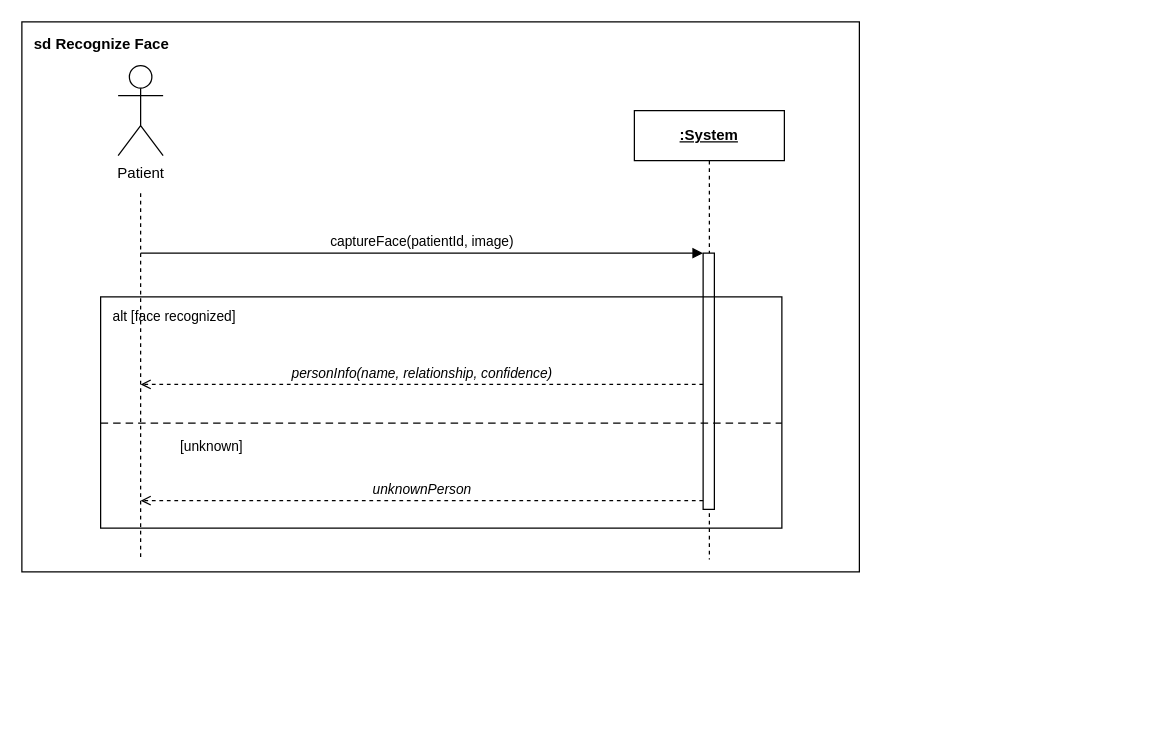
The draw.io diagram docs/diagrams/ssd-recognize-face.drawio.xml in Iraj-Shahzad/memoracare-, before the edit. Source tidied: cells renumbered, new cells numbered last; positions are measured from the earlier drawing's top-left corner, leaving out a move shared by most shapes. Both pictures are drawn from the tidied source at 125%, with x=0, y=0 at pixel (21, 21).
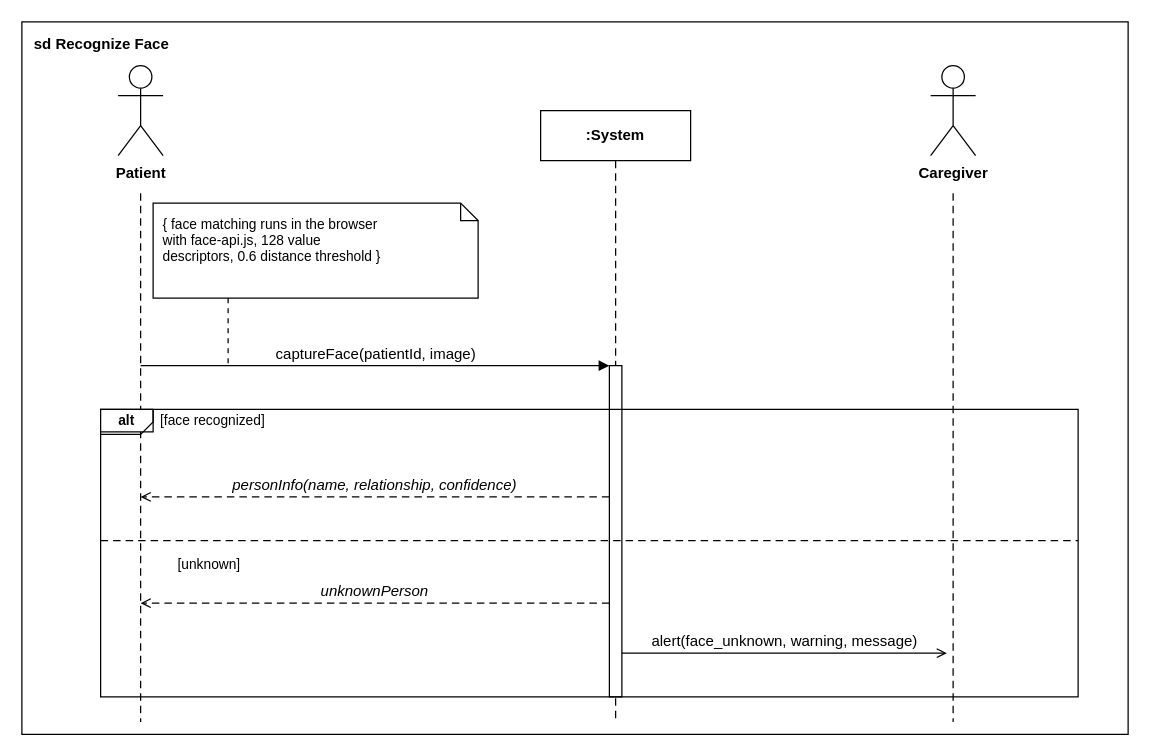
After the change.

What changed in the source:
```diff
@@
-    <mxCell id="2" value="sd  Recognize Face" style="rounded=0;whiteSpace=wrap;html=1;verticalAlign=top;align=left;spacingLeft=8;spacingTop=4;fontStyle=1;" parent="1" vertex="1">
-      <mxGeometry width="670" height="440" as="geometry" />
+    <mxCell id="2" value="sd  Recognize Face" style="rounded=0;whiteSpace=wrap;html=1;verticalAlign=top;align=left;spacingLeft=8;spacingTop=4;fontStyle=1;fillColor=none;strokeColor=#000000;" parent="1" vertex="1">
+      <mxGeometry width="885" height="570" as="geometry" />
     </mxCell>
+    <mxCell id="4" style="endArrow=none;dashed=1;dashPattern=6 4;html=1;strokeColor=#000000;" parent="1" edge="1">
+      <mxGeometry relative="1" as="geometry">
+        <mxPoint x="95" y="137" as="sourcePoint" />
+        <mxPoint x="95" y="560" as="targetPoint" />
+      </mxGeometry>
+    </mxCell>
+    <mxCell id="6" style="endArrow=none;dashed=1;dashPattern=6 4;html=1;strokeColor=#000000;" parent="1" edge="1">
+      <mxGeometry relative="1" as="geometry">
+        <mxPoint x="475" y="111" as="sourcePoint" />
+        <mxPoint x="475" y="560" as="targetPoint" />
+      </mxGeometry>
+    </mxCell>
+    <mxCell id="14" style="endArrow=none;dashed=1;dashPattern=6 4;html=1;strokeColor=#000000;" parent="1" edge="1">
+      <mxGeometry relative="1" as="geometry">
+        <mxPoint x="745" y="137" as="sourcePoint" />
+        <mxPoint x="745" y="560" as="targetPoint" />
+      </mxGeometry>
+    </mxCell>
-    <mxCell id="3" value="Patient" style="shape=umlActor;verticalLabelPosition=bottom;verticalAlign=top;html=1;" parent="1" vertex="1">
+    <mxCell id="3" value="Patient" style="shape=umlActor;verticalLabelPosition=bottom;verticalAlign=top;html=1;fillColor=#ffffff;strokeColor=#000000;fontStyle=1;" parent="1" vertex="1">
       <mxGeometry x="77" y="35" width="36" height="72" as="geometry" />
     </mxCell>
-    <mxCell id="4" style="endArrow=none;dashed=1;html=1;" parent="1" edge="1">
-      <mxGeometry relative="1" as="geometry">
-        <mxPoint x="95" y="137" as="sourcePoint" />
-        <mxPoint x="95" y="430" as="targetPoint" />
-      </mxGeometry>
-    </mxCell>
-    <mxCell id="5" value=":System" style="rounded=0;whiteSpace=wrap;html=1;fontStyle=5;" parent="1" vertex="1">
-      <mxGeometry x="490" y="71" width="120" height="40" as="geometry" />
+    <mxCell id="5" value=":System" style="rounded=0;whiteSpace=wrap;html=1;fontStyle=1;fillColor=#ffffff;strokeColor=#000000;" parent="1" vertex="1">
+      <mxGeometry x="415" y="71" width="120" height="40" as="geometry" />
     </mxCell>
-    <mxCell id="6" style="endArrow=none;dashed=1;html=1;" parent="1" edge="1">
-      <mxGeometry relative="1" as="geometry">
-        <mxPoint x="550" y="111" as="sourcePoint" />
-        <mxPoint x="550" y="430" as="targetPoint" />
-      </mxGeometry>
-    </mxCell>
-    <mxCell id="7" value="captureFace(patientId, image)" style="html=1;endArrow=block;fillColor=#000000;align=center;verticalAlign=bottom;" parent="1" edge="1">
-      <mxGeometry relative="1" as="geometry">
-        <mxPoint x="95" y="185" as="sourcePoint" />
-        <mxPoint x="545" y="185" as="targetPoint" />
-      </mxGeometry>
-    </mxCell>
+    <mxCell id="15" value="Caregiver" style="shape=umlActor;verticalLabelPosition=bottom;verticalAlign=top;html=1;fillColor=#ffffff;strokeColor=#000000;fontStyle=1;" parent="1" vertex="1">
+      <mxGeometry x="727" y="35" width="36" height="72" as="geometry" />
+    </mxCell>
+    <mxCell id="16" value="{ face matching runs in the browser&lt;br&gt;with face-api.js, 128 value&lt;br&gt;descriptors, 0.6 distance threshold }" style="shape=note;size=14;whiteSpace=wrap;html=1;fillColor=#ffffff;strokeColor=#000000;align=left;verticalAlign=top;spacingLeft=6;spacingTop=4;fontSize=11;" parent="1" vertex="1">
+      <mxGeometry x="105" y="145" width="260" height="76" as="geometry" />
+    </mxCell>
+    <mxCell id="17" style="endArrow=none;dashed=1;dashPattern=4 4;html=1;strokeColor=#000000;" parent="1" edge="1">
+      <mxGeometry relative="1" as="geometry">
+        <mxPoint x="165" y="221" as="sourcePoint" />
+        <mxPoint x="165" y="275" as="targetPoint" />
+      </mxGeometry>
+    </mxCell>
-    <mxCell id="8" style="rounded=0;whiteSpace=wrap;html=1;fillColor=#ffffff;" parent="1" vertex="1">
-      <mxGeometry x="545" y="185" width="9" height="205" as="geometry" />
+    <mxCell id="8" style="rounded=0;whiteSpace=wrap;html=1;fillColor=#ffffff;strokeColor=#000000;" parent="1" vertex="1">
+      <mxGeometry x="470" y="275" width="10" height="265" as="geometry" />
     </mxCell>
-    <mxCell id="9" value="alt  [face recognized]" style="rounded=0;whiteSpace=wrap;html=1;verticalAlign=top;align=left;spacingLeft=8;spacingTop=3;fontSize=11;fillColor=none;" parent="1" vertex="1">
-      <mxGeometry x="63" y="220" width="545" height="185" as="geometry" />
+    <mxCell id="9" style="rounded=0;whiteSpace=wrap;html=1;fillColor=none;strokeColor=#000000;" parent="1" vertex="1">
+      <mxGeometry x="63" y="310" width="782" height="230" as="geometry" />
     </mxCell>
-    <mxCell id="10" value="personInfo(name, relationship, confidence)" style="html=1;endArrow=open;dashed=1;align=center;verticalAlign=bottom;fontStyle=2;" parent="1" edge="1">
-      <mxGeometry relative="1" as="geometry">
-        <mxPoint x="545" y="290" as="sourcePoint" />
-        <mxPoint x="95" y="290" as="targetPoint" />
-      </mxGeometry>
-    </mxCell>
+    <mxCell id="18" value="alt" style="shape=mxgraph.sysml.package;html=1;whiteSpace=wrap;fillColor=#ffffff;strokeColor=#000000;fontSize=11;fontStyle=1;align=center;verticalAlign=middle;" parent="1" vertex="1">
+      <mxGeometry x="63" y="310" width="42" height="18" as="geometry" />
+    </mxCell>
+    <mxCell id="19" value="[face recognized]" style="text;html=1;strokeColor=none;fillColor=none;align=left;verticalAlign=middle;fontSize=11;" parent="1" vertex="1">
+      <mxGeometry x="109" y="310" width="200" height="18" as="geometry" />
+    </mxCell>
-    <mxCell id="11" style="endArrow=none;dashed=1;html=1;dashPattern=6 4;" parent="1" edge="1">
+    <mxCell id="11" style="endArrow=none;dashed=1;dashPattern=6 4;html=1;strokeColor=#000000;" parent="1" edge="1">
       <mxGeometry relative="1" as="geometry">
-        <mxPoint x="63" y="321" as="sourcePoint" />
-        <mxPoint x="608" y="321" as="targetPoint" />
+        <mxPoint x="63" y="415" as="sourcePoint" />
+        <mxPoint x="845" y="415" as="targetPoint" />
       </mxGeometry>
     </mxCell>
-    <mxCell id="12" value="[unknown]" style="text;html=1;align=left;verticalAlign=top;fontSize=11;" parent="1" vertex="1">
-      <mxGeometry x="125" y="327" width="120" height="18" as="geometry" />
+    <mxCell id="12" value="[unknown]" style="text;html=1;align=left;verticalAlign=top;fontSize=11;strokeColor=none;fillColor=none;" parent="1" vertex="1">
+      <mxGeometry x="123" y="421" width="120" height="18" as="geometry" />
     </mxCell>
+    <mxCell id="7" value="captureFace(patientId, image)" style="html=1;endArrow=block;endFill=1;dashed=0;strokeColor=#000000;fontSize=12;align=center;verticalAlign=bottom;" parent="1" edge="1">
+      <mxGeometry relative="1" as="geometry">
+        <mxPoint x="95" y="275" as="sourcePoint" />
+        <mxPoint x="470" y="275" as="targetPoint" />
+      </mxGeometry>
+    </mxCell>
+    <mxCell id="10" value="personInfo(name, relationship, confidence)" style="html=1;endArrow=open;endFill=0;dashed=1;dashPattern=6 4;strokeColor=#000000;fontStyle=2;fontSize=12;align=center;verticalAlign=bottom;" parent="1" edge="1">
+      <mxGeometry relative="1" as="geometry">
+        <mxPoint x="470" y="380" as="sourcePoint" />
+        <mxPoint x="95" y="380" as="targetPoint" />
+      </mxGeometry>
+    </mxCell>
-    <mxCell id="13" value="unknownPerson" style="html=1;endArrow=open;dashed=1;align=center;verticalAlign=bottom;fontStyle=2;" parent="1" edge="1">
+    <mxCell id="13" value="unknownPerson" style="html=1;endArrow=open;endFill=0;dashed=1;dashPattern=6 4;strokeColor=#000000;fontStyle=2;fontSize=12;align=center;verticalAlign=bottom;" parent="1" edge="1">
       <mxGeometry relative="1" as="geometry">
-        <mxPoint x="545" y="383" as="sourcePoint" />
-        <mxPoint x="95" y="383" as="targetPoint" />
+        <mxPoint x="470" y="465" as="sourcePoint" />
+        <mxPoint x="95" y="465" as="targetPoint" />
       </mxGeometry>
     </mxCell>
+    <mxCell id="20" value="alert(face_unknown, warning, message)" style="html=1;endArrow=open;endFill=0;dashed=0;strokeColor=#000000;fontSize=12;align=center;verticalAlign=bottom;" parent="1" edge="1">
+      <mxGeometry relative="1" as="geometry">
+        <mxPoint x="480" y="505" as="sourcePoint" />
+        <mxPoint x="740" y="505" as="targetPoint" />
+      </mxGeometry>
+    </mxCell>
```
